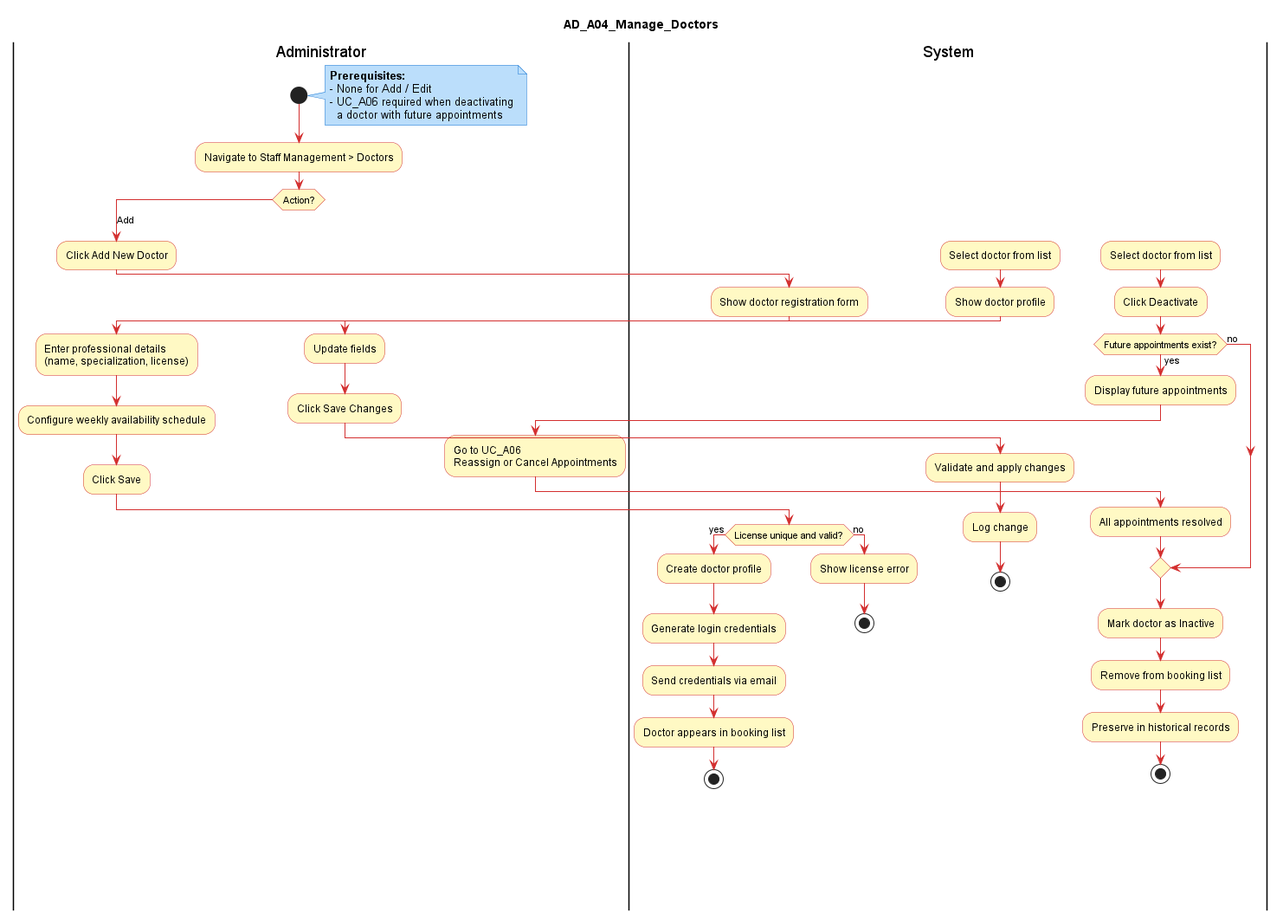
Above: User Stories and Use Cases/Admin/Admin_Activity_Diagrams/AD_A04_Manage_Doctors.png in RobertoGjeta/Hospital-Management-System (PlantUML), before the change.
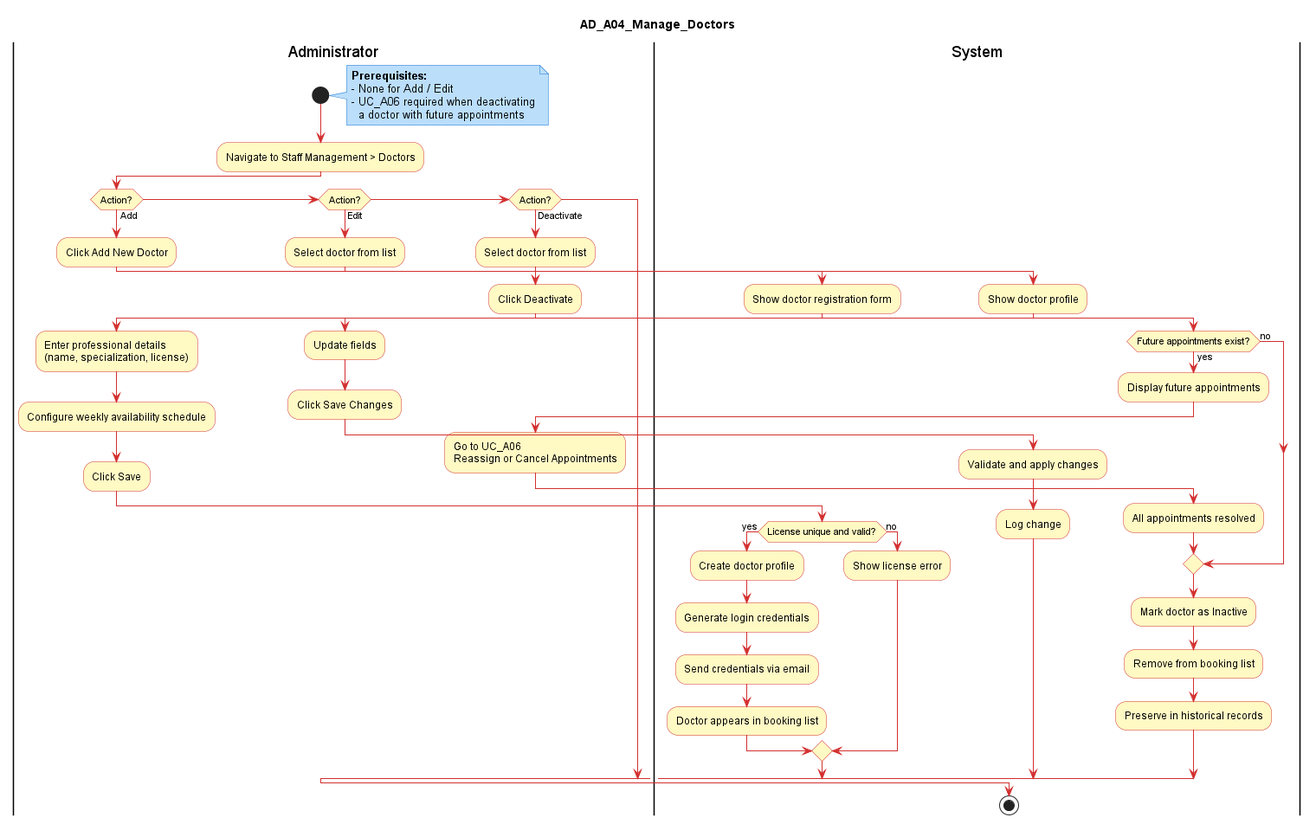
After the change.

The edit, as a diff of the source:
```diff
@@ -24,8 +24,9 @@
     a doctor with future appointments
 end note
 :Navigate to Staff Management > Doctors;
-switch (Action?)
-case (Add)
+
+if (Action?) then (Add)
+
   :Click Add New Doctor;
   |System|
   :Show doctor registration form;
@@ -39,12 +40,13 @@
     :Generate login credentials;
     :Send credentials via email;
     :Doctor appears in booking list;
-    stop
   else (no)
     :Show license error;
-    stop
   endif
-case (Edit)
+
+elseif (Action?) then (Edit)
+
+  |Administrator|
   :Select doctor from list;
   |System|
   :Show doctor profile;
@@ -54,8 +56,10 @@
   |System|
   :Validate and apply changes;
   :Log change;
-  stop
-case (Deactivate)
+
+elseif (Action?) then (Deactivate)
+
+  |Administrator|
   :Select doctor from list;
   :Click Deactivate;
   |System|
@@ -70,6 +74,8 @@
   :Mark doctor as Inactive;
   :Remove from booking list;
   :Preserve in historical records;
-  stop
-endswitch
+
+endif
+
+stop
 @enduml
```
